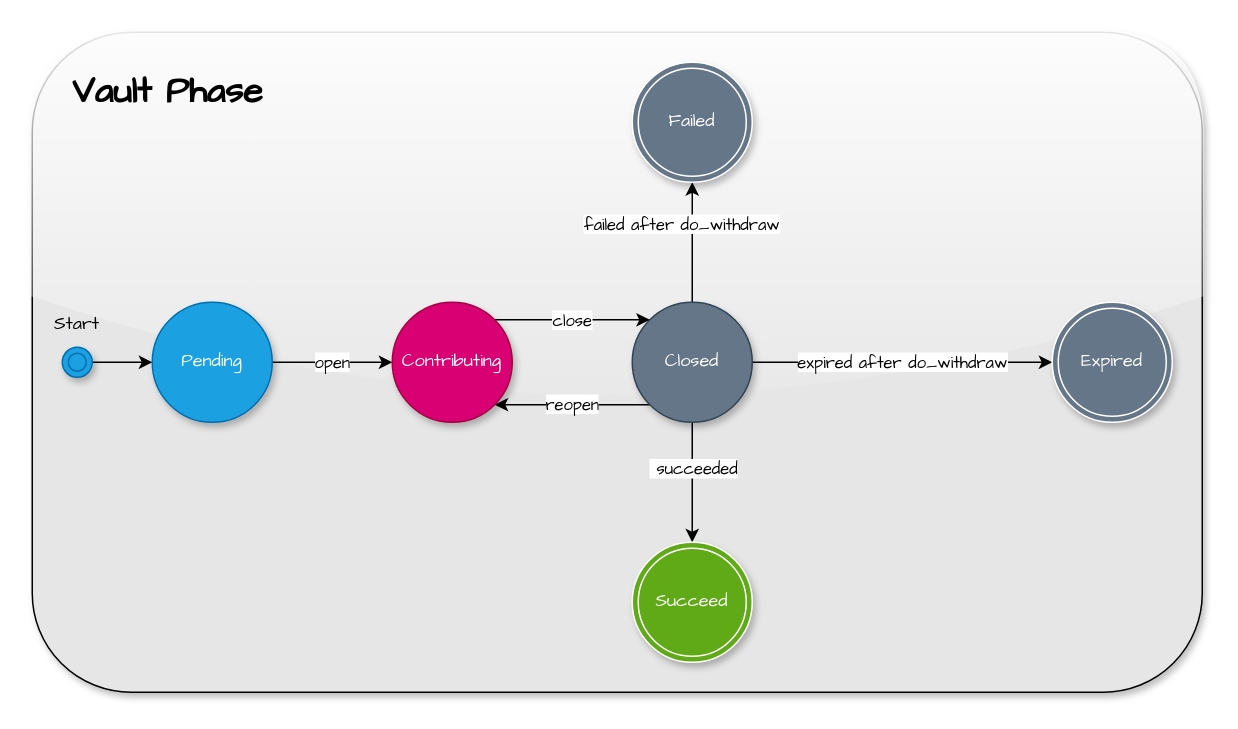
Above: drawio/crowdloan_vault.drawio in 0xrjman/resources (draw.io), before the change. Source tidied: cells renumbered, new cells numbered last; positions are measured from the earlier drawing's top-left corner, leaving out a move shared by most shapes. Both pictures are drawn from the tidied source at 150%, with x=0, y=0 at pixel (32, 32).
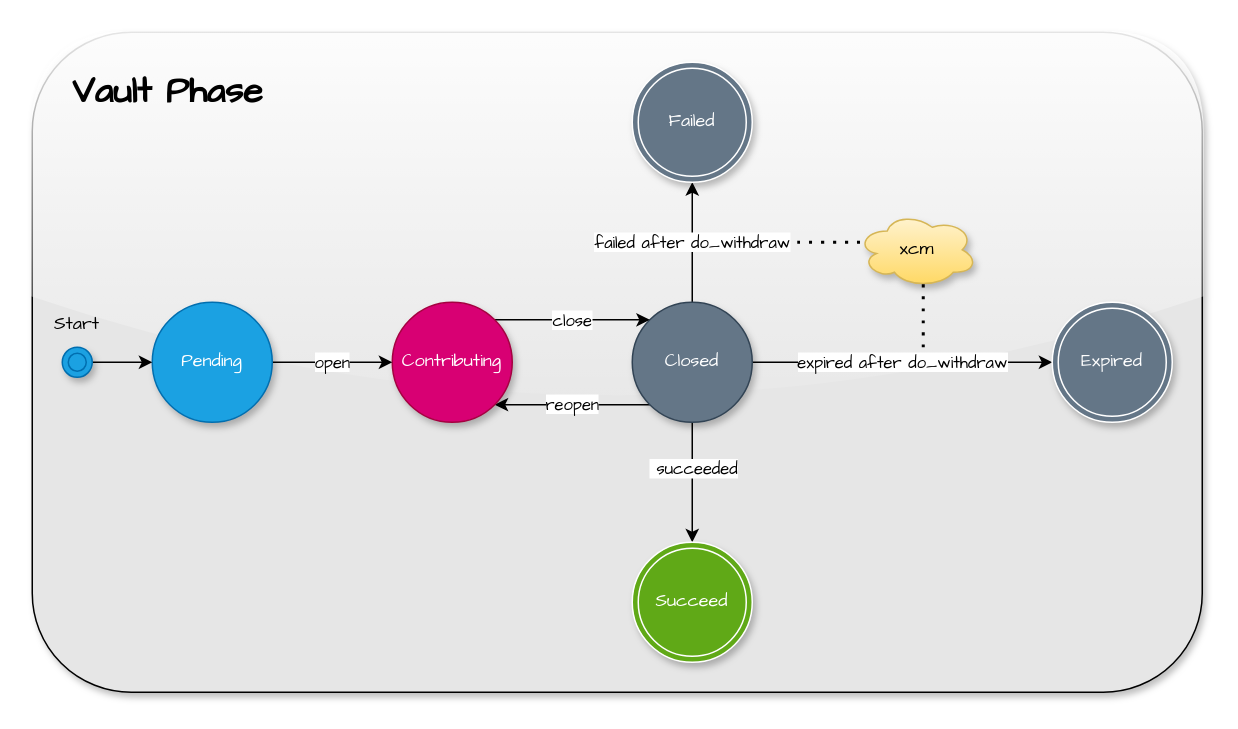
The same page after the edit.

Unchanged cells that the change refers to:
```xml
<mxCell id="8" value="Closed" style="ellipse;whiteSpace=wrap;html=1;fontFamily=Comic Sans MS;fillColor=#647687;fontColor=#ffffff;strokeColor=#314354;shadow=1;sketch=0;" parent="1" vertex="1">
  <mxGeometry x="400" y="180" width="80" height="80" as="geometry" />
</mxCell>
```

What changed in the source:
```diff
@@
     <mxCell id="6" value="failed after do_withdraw" style="rounded=0;jettySize=auto;html=1;exitX=0.5;exitY=0;exitDx=0;exitDy=0;fontFamily=Comic Sans MS;" parent="1" edge="1" source="8">
-      <mxGeometry x="0.29" y="7" relative="1" as="geometry">
+      <mxGeometry relative="1" as="geometry">
         <mxPoint x="440" y="100" as="targetPoint" />
       </mxGeometry>
     </mxCell>
@@
+    <mxCell id="20" value="xcm" style="ellipse;shape=cloud;whiteSpace=wrap;html=1;shadow=1;glass=1;labelBorderColor=none;sketch=0;fontFamily=Comic Sans MS;strokeColor=#d6b656;fillColor=#fff2cc;gradientColor=#ffd966;" parent="1" vertex="1">
+      <mxGeometry x="550" y="120" width="80" height="50" as="geometry" />
+    </mxCell>
+    <mxCell id="21" style="endArrow=none;dashed=1;html=1;dashPattern=1 3;strokeWidth=2;rounded=0;fontFamily=Comic Sans MS;curved=1;entryX=0.07;entryY=0.4;entryDx=0;entryDy=0;entryPerimeter=0;" parent="1" edge="1" target="20">
+      <mxGeometry relative="1" as="geometry">
+        <mxPoint x="510" y="140" as="sourcePoint" />
+      </mxGeometry>
+    </mxCell>
+    <mxCell id="22" style="endArrow=none;dashed=1;html=1;dashPattern=1 3;strokeWidth=2;rounded=0;fontFamily=Comic Sans MS;curved=1;entryX=0.55;entryY=0.95;entryDx=0;entryDy=0;entryPerimeter=0;" parent="1" edge="1" target="20">
+      <mxGeometry relative="1" as="geometry">
+        <mxPoint x="594" y="210" as="sourcePoint" />
+      </mxGeometry>
+    </mxCell>
```
